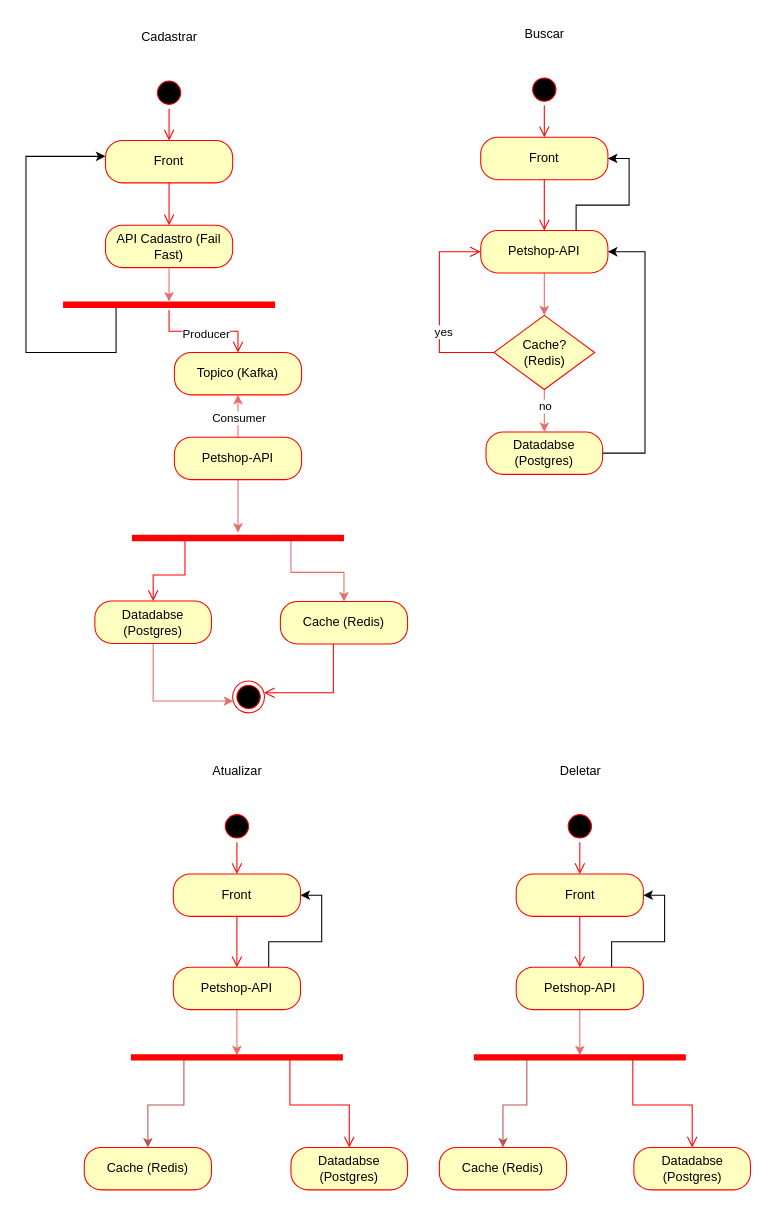
Above: page "Usuario" (1 of 2) of diagramas/petshop-system.drawio in petshop-system/petshop-api (draw.io), before the change. Source tidied: cells renumbered, new cells numbered last; positions are measured from the earlier drawing's top-left corner, leaving out a move shared by most shapes. Both pictures are drawn from the tidied source at 106%, with x=0, y=0 at pixel (25, 18).
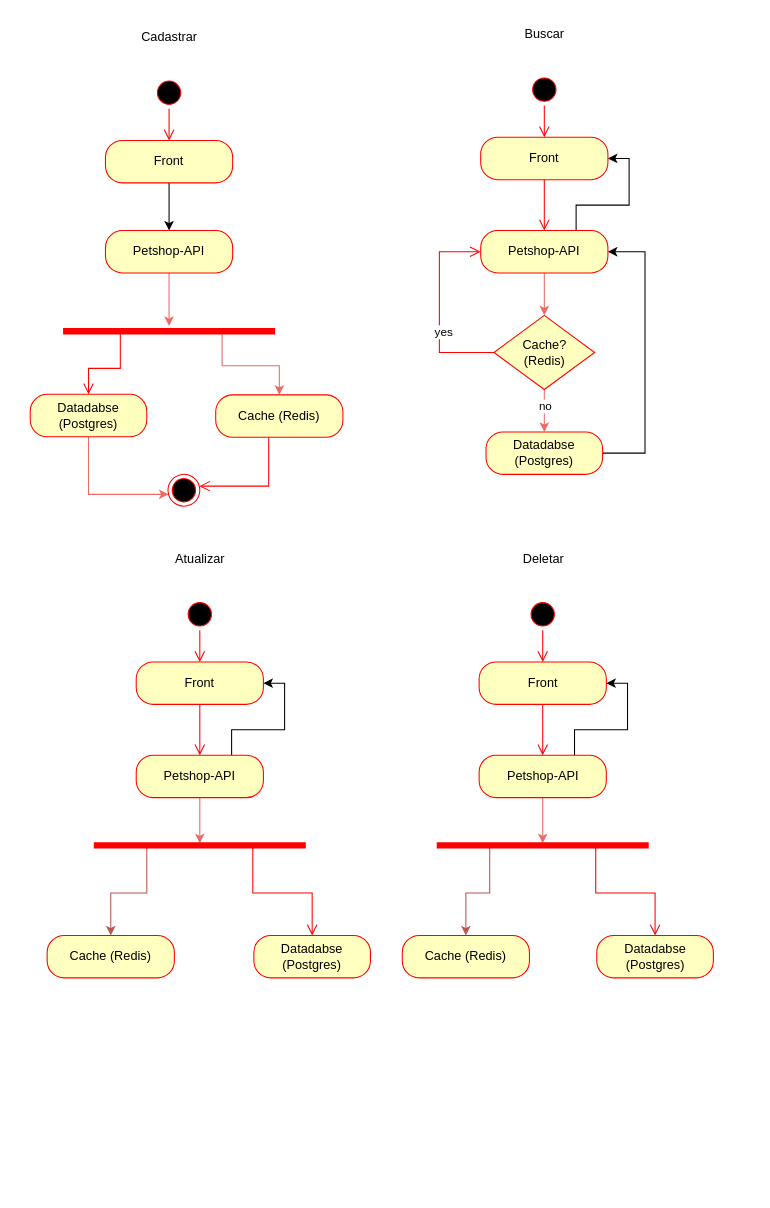
Above is the later version.

The change refers to these unchanged cells:
```xml
<mxCell id="8" value="Front" style="rounded=1;whiteSpace=wrap;html=1;arcSize=40;fontColor=#000000;fillColor=#ffffc0;strokeColor=#ff0000;" parent="1" vertex="1">
  <mxGeometry x="75" y="115" width="120" height="40" as="geometry" />
</mxCell>
```

What changed in the source:
```diff
@@
-    <mxCell id="2" style="edgeStyle=orthogonalEdgeStyle;rounded=0;jettySize=auto;html=1;exitX=0.25;exitY=0.5;exitDx=0;exitDy=0;exitPerimeter=0;entryX=0;entryY=0.5;entryDx=0;entryDy=0;" parent="1" edge="1" source="3">
-      <mxGeometry relative="1" as="geometry">
-        <mxPoint x="75" y="130" as="targetPoint" />
-        <Array as="points">
-          <mxPoint x="85" y="315" />
-          <mxPoint y="315" />
-          <mxPoint y="130" />
-        </Array>
-      </mxGeometry>
-    </mxCell>
-    <mxCell id="3" style="shape=line;html=1;strokeWidth=6;strokeColor=#ff0000;" parent="1" vertex="1">
-      <mxGeometry x="35" y="265" width="200" height="10" as="geometry" />
-    </mxCell>
-    <mxCell id="4" style="edgeStyle=orthogonalEdgeStyle;html=1;verticalAlign=bottom;endArrow=open;endSize=8;strokeColor=#ff0000;rounded=0;entryX=0.5;entryY=0;entryDx=0;entryDy=0;" parent="1" edge="1" source="3" target="18">
-      <mxGeometry relative="1" as="geometry" />
-    </mxCell>
-    <mxCell id="5" value="Producer" style="edgeLabel;html=1;align=center;verticalAlign=middle;" parent="4" vertex="1">
-      <mxGeometry x="-0.2" y="-2" relative="1" as="geometry">
-        <mxPoint x="12" as="offset" />
-      </mxGeometry>
-    </mxCell>
@@
+    <mxCell id="66" style="edgeStyle=orthogonalEdgeStyle;rounded=0;jettySize=auto;html=1;" parent="1" edge="1" source="8" target="15">
+      <mxGeometry relative="1" as="geometry" />
+    </mxCell>
@@
-    <mxCell id="9" style="edgeStyle=orthogonalEdgeStyle;html=1;verticalAlign=bottom;endArrow=open;endSize=8;strokeColor=#ff0000;rounded=0;entryX=0.5;entryY=0;entryDx=0;entryDy=0;" parent="1" edge="1" source="8" target="10">
-      <mxGeometry relative="1" as="geometry" />
-    </mxCell>
-    <mxCell id="10" value="API Cadastro (Fail Fast)" style="rounded=1;whiteSpace=wrap;html=1;arcSize=40;fontColor=#000000;fillColor=#ffffc0;strokeColor=#ff0000;" parent="1" vertex="1">
-      <mxGeometry x="75" y="195" width="120" height="40" as="geometry" />
-    </mxCell>
-    <mxCell id="11" style="edgeStyle=orthogonalEdgeStyle;rounded=0;jettySize=auto;html=1;entryX=0.5;entryY=0.2;entryDx=0;entryDy=0;entryPerimeter=0;strokeColor=#EA6B66;" parent="1" edge="1" source="10" target="3">
-      <mxGeometry relative="1" as="geometry" />
-    </mxCell>
-    <mxCell id="12" style="edgeStyle=orthogonalEdgeStyle;rounded=0;jettySize=auto;html=1;entryX=0.5;entryY=1;entryDx=0;entryDy=0;strokeColor=#EA6B66;" parent="1" edge="1" source="15" target="18">
-      <mxGeometry relative="1" as="geometry" />
-    </mxCell>
-    <mxCell id="13" value="Consumer" style="edgeLabel;html=1;align=center;verticalAlign=middle;" parent="12" vertex="1">
-      <mxGeometry x="-0.05" relative="1" as="geometry" />
-    </mxCell>
@@
     <mxCell id="15" value="Petshop-API" style="rounded=1;whiteSpace=wrap;html=1;arcSize=40;fontColor=#000000;fillColor=#ffffc0;strokeColor=#ff0000;" parent="1" vertex="1">
-      <mxGeometry x="140" y="395" width="120" height="40" as="geometry" />
+      <mxGeometry x="75" y="200" width="120" height="40" as="geometry" />
     </mxCell>
     <mxCell id="16" style="edgeStyle=orthogonalEdgeStyle;rounded=0;jettySize=auto;html=1;entryX=0;entryY=0;entryDx=0;entryDy=0;exitX=0.5;exitY=1;exitDx=0;exitDy=0;strokeColor=#EA6B66;" parent="1" edge="1" source="17" target="19">
       <mxGeometry relative="1" as="geometry">
         <Array as="points">
-          <mxPoint x="120" y="644" />
+          <mxPoint x="59" y="449" />
         </Array>
       </mxGeometry>
     </mxCell>
     <mxCell id="17" value="Datadabse (Postgres)" style="whiteSpace=wrap;html=1;fillColor=#ffffc0;strokeColor=#ff0000;fontColor=#000000;rounded=1;arcSize=40;" parent="1" vertex="1">
-      <mxGeometry x="65" y="549.5" width="110" height="40" as="geometry" />
+      <mxGeometry x="4" y="354.5" width="110" height="40" as="geometry" />
     </mxCell>
-    <mxCell id="18" value="Topico (Kafka)" style="rounded=1;whiteSpace=wrap;html=1;arcSize=40;fontColor=#000000;fillColor=#ffffc0;strokeColor=#ff0000;" parent="1" vertex="1">
-      <mxGeometry x="140" y="315" width="120" height="40" as="geometry" />
-    </mxCell>
     <mxCell id="19" style="ellipse;html=1;shape=endState;fillColor=#000000;strokeColor=#ff0000;rotation=-60;" parent="1" vertex="1">
-      <mxGeometry x="195" y="625" width="30" height="30" as="geometry" />
+      <mxGeometry x="134" y="430" width="30" height="30" as="geometry" />
     </mxCell>
@@
     <mxCell id="36" style="shape=line;html=1;strokeWidth=6;strokeColor=#ff0000;" parent="1" vertex="1">
-      <mxGeometry x="100" y="485" width="200" height="10" as="geometry" />
+      <mxGeometry x="35" y="290" width="200" height="10" as="geometry" />
     </mxCell>
     <mxCell id="37" style="edgeStyle=orthogonalEdgeStyle;html=1;verticalAlign=bottom;endArrow=open;endSize=8;strokeColor=#ff0000;rounded=0;entryX=0.5;entryY=0;entryDx=0;entryDy=0;exitX=0.25;exitY=0.5;exitDx=0;exitDy=0;exitPerimeter=0;" parent="1" edge="1" source="36" target="17">
       <mxGeometry relative="1" as="geometry">
         <Array as="points">
-          <mxPoint x="150" y="525" />
-          <mxPoint x="120" y="525" />
+          <mxPoint x="89" y="330" />
+          <mxPoint x="59" y="330" />
         </Array>
       </mxGeometry>
     </mxCell>
     <mxCell id="38" value="Cache (Redis)" style="rounded=1;whiteSpace=wrap;html=1;arcSize=40;fontColor=#000000;fillColor=#ffffc0;strokeColor=#ff0000;" parent="1" vertex="1">
-      <mxGeometry x="240" y="550" width="120" height="40" as="geometry" />
+      <mxGeometry x="179" y="355" width="120" height="40" as="geometry" />
     </mxCell>
     <mxCell id="39" style="edgeStyle=orthogonalEdgeStyle;html=1;verticalAlign=bottom;endArrow=open;endSize=8;strokeColor=#ff0000;rounded=0;entryX=1;entryY=1;entryDx=0;entryDy=0;" parent="1" edge="1" source="38" target="19">
       <mxGeometry relative="1" as="geometry">
         <Array as="points">
-          <mxPoint x="290" y="636" />
+          <mxPoint x="229" y="441" />
         </Array>
       </mxGeometry>
     </mxCell>
     <mxCell id="40" style="ellipse;html=1;shape=startState;fillColor=#000000;strokeColor=#ff0000;" parent="1" vertex="1">
-      <mxGeometry x="184" y="747" width="30" height="30" as="geometry" />
+      <mxGeometry x="149" y="547" width="30" height="30" as="geometry" />
     </mxCell>
@@
     <mxCell id="42" value="Front" style="rounded=1;whiteSpace=wrap;html=1;arcSize=40;fontColor=#000000;fillColor=#ffffc0;strokeColor=#ff0000;" parent="1" vertex="1">
-      <mxGeometry x="139" y="807" width="120" height="40" as="geometry" />
+      <mxGeometry x="104" y="607" width="120" height="40" as="geometry" />
     </mxCell>
@@
     <mxCell id="46" value="Petshop-API" style="rounded=1;whiteSpace=wrap;html=1;arcSize=40;fontColor=#000000;fillColor=#ffffc0;strokeColor=#ff0000;" parent="1" vertex="1">
-      <mxGeometry x="139" y="895" width="120" height="40" as="geometry" />
+      <mxGeometry x="104" y="695" width="120" height="40" as="geometry" />
     </mxCell>
     <mxCell id="47" value="Datadabse (Postgres)" style="whiteSpace=wrap;html=1;fillColor=#ffffc0;strokeColor=#ff0000;fontColor=#000000;rounded=1;arcSize=40;" parent="1" vertex="1">
-      <mxGeometry x="250" y="1065" width="110" height="40" as="geometry" />
+      <mxGeometry x="215" y="865" width="110" height="40" as="geometry" />
     </mxCell>
     <mxCell id="48" value="Atualizar" style="text;html=1;align=center;verticalAlign=middle;strokeColor=none;fillColor=none;" parent="1" vertex="1">
-      <mxGeometry x="164" y="695" width="70" height="30" as="geometry" />
+      <mxGeometry x="129" y="495" width="70" height="30" as="geometry" />
     </mxCell>
@@
     <mxCell id="50" style="shape=line;html=1;strokeWidth=6;strokeColor=#ff0000;" parent="1" vertex="1">
-      <mxGeometry x="99" y="975" width="200" height="10" as="geometry" />
+      <mxGeometry x="64" y="775" width="200" height="10" as="geometry" />
     </mxCell>
@@
     <mxCell id="52" value="Cache (Redis)" style="rounded=1;whiteSpace=wrap;html=1;arcSize=40;fontColor=#000000;fillColor=#ffffc0;strokeColor=#ff0000;" parent="1" vertex="1">
-      <mxGeometry x="55" y="1065" width="120" height="40" as="geometry" />
+      <mxGeometry x="20" y="865" width="120" height="40" as="geometry" />
     </mxCell>
     <mxCell id="53" style="ellipse;html=1;shape=startState;fillColor=#000000;strokeColor=#ff0000;" parent="1" vertex="1">
-      <mxGeometry x="507.5" y="747" width="30" height="30" as="geometry" />
+      <mxGeometry x="472.5" y="547" width="30" height="30" as="geometry" />
     </mxCell>
@@
     <mxCell id="55" value="Front" style="rounded=1;whiteSpace=wrap;html=1;arcSize=40;fontColor=#000000;fillColor=#ffffc0;strokeColor=#ff0000;" parent="1" vertex="1">
-      <mxGeometry x="462.5" y="807" width="120" height="40" as="geometry" />
+      <mxGeometry x="427.5" y="607" width="120" height="40" as="geometry" />
     </mxCell>
@@
     <mxCell id="59" value="Petshop-API" style="rounded=1;whiteSpace=wrap;html=1;arcSize=40;fontColor=#000000;fillColor=#ffffc0;strokeColor=#ff0000;" parent="1" vertex="1">
-      <mxGeometry x="462.5" y="895" width="120" height="40" as="geometry" />
+      <mxGeometry x="427.5" y="695" width="120" height="40" as="geometry" />
     </mxCell>
     <mxCell id="60" value="Datadabse (Postgres)" style="whiteSpace=wrap;html=1;fillColor=#ffffc0;strokeColor=#ff0000;fontColor=#000000;rounded=1;arcSize=40;" parent="1" vertex="1">
-      <mxGeometry x="573.5" y="1065" width="110" height="40" as="geometry" />
+      <mxGeometry x="538.5" y="865" width="110" height="40" as="geometry" />
     </mxCell>
     <mxCell id="61" value="Deletar" style="text;html=1;align=center;verticalAlign=middle;strokeColor=none;fillColor=none;" parent="1" vertex="1">
-      <mxGeometry x="492.5" y="695" width="60" height="30" as="geometry" />
+      <mxGeometry x="457.5" y="495" width="60" height="30" as="geometry" />
     </mxCell>
@@
     <mxCell id="63" style="shape=line;html=1;strokeWidth=6;strokeColor=#ff0000;" parent="1" vertex="1">
-      <mxGeometry x="422.5" y="975" width="200" height="10" as="geometry" />
+      <mxGeometry x="387.5" y="775" width="200" height="10" as="geometry" />
     </mxCell>
@@
     <mxCell id="65" value="Cache (Redis)" style="rounded=1;whiteSpace=wrap;html=1;arcSize=40;fontColor=#000000;fillColor=#ffffc0;strokeColor=#ff0000;" parent="1" vertex="1">
-      <mxGeometry x="390" y="1065" width="120" height="40" as="geometry" />
+      <mxGeometry x="355" y="865" width="120" height="40" as="geometry" />
     </mxCell>
```
